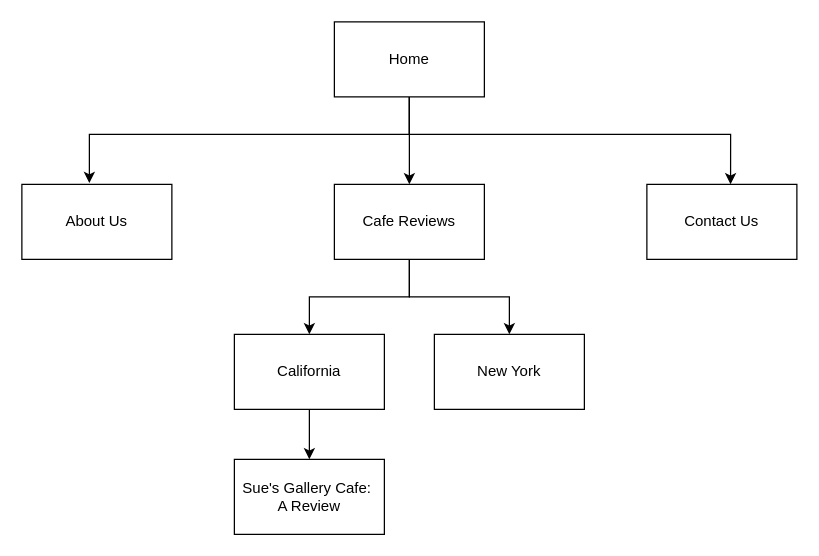
Before: sitemap.drawio in cucumberpeel/drawio-diagrams, a draw.io diagram. Source tidied: cells renumbered, new cells numbered last; positions are measured from the earlier drawing's top-left corner, leaving out a move shared by most shapes. Both pictures are drawn from the tidied source at 125%, with x=0, y=0 at pixel (21, 21).
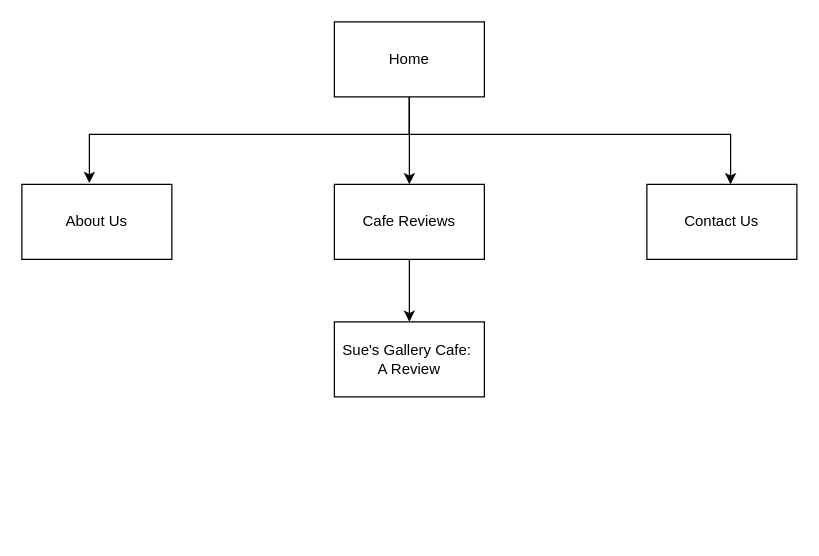
The same page after the edit.

The change refers to these unchanged cells:
```xml
<mxCell id="10" value="Cafe Reviews" style="rounded=0;whiteSpace=wrap;html=1;strokeColor=default;fillColor=default;" parent="1" vertex="1">
  <mxGeometry x="250" y="130" width="120" height="60" as="geometry" />
</mxCell>
```

The edit, as a diff of the source:
```diff
@@
-    <mxCell id="9" style="edgeStyle=orthogonalEdgeStyle;rounded=0;jettySize=auto;html=1;" parent="1" edge="1" source="10">
-      <mxGeometry relative="1" as="geometry">
-        <mxPoint x="390" y="250" as="targetPoint" />
-        <Array as="points">
-          <mxPoint x="310" y="220" />
-          <mxPoint x="390" y="220" />
-        </Array>
-      </mxGeometry>
-    </mxCell>
@@
-    <mxCell id="11" style="edgeStyle=orthogonalEdgeStyle;rounded=0;jettySize=auto;html=1;" parent="1" edge="1" source="12" target="14">
-      <mxGeometry relative="1" as="geometry" />
-    </mxCell>
-    <mxCell id="12" value="California" style="rounded=0;whiteSpace=wrap;html=1;strokeColor=default;fillColor=default;" parent="1" vertex="1">
-      <mxGeometry x="170" y="250" width="120" height="60" as="geometry" />
+    <mxCell id="12" value="Sue's Gallery Cafe:&amp;nbsp;&lt;br&gt;A Review" style="rounded=0;whiteSpace=wrap;html=1;strokeColor=default;fillColor=default;" parent="1" vertex="1">
+      <mxGeometry x="250" y="240" width="120" height="60" as="geometry" />
     </mxCell>
-    <mxCell id="13" value="New York" style="rounded=0;whiteSpace=wrap;html=1;strokeColor=default;fillColor=default;" parent="1" vertex="1">
-      <mxGeometry x="330" y="250" width="120" height="60" as="geometry" />
-    </mxCell>
-    <mxCell id="14" value="Sue's Gallery Cafe:&amp;nbsp;&lt;br&gt;A Review" style="rounded=0;whiteSpace=wrap;html=1;" parent="1" vertex="1">
-      <mxGeometry x="170" y="350" width="120" height="60" as="geometry" />
-    </mxCell>
```
